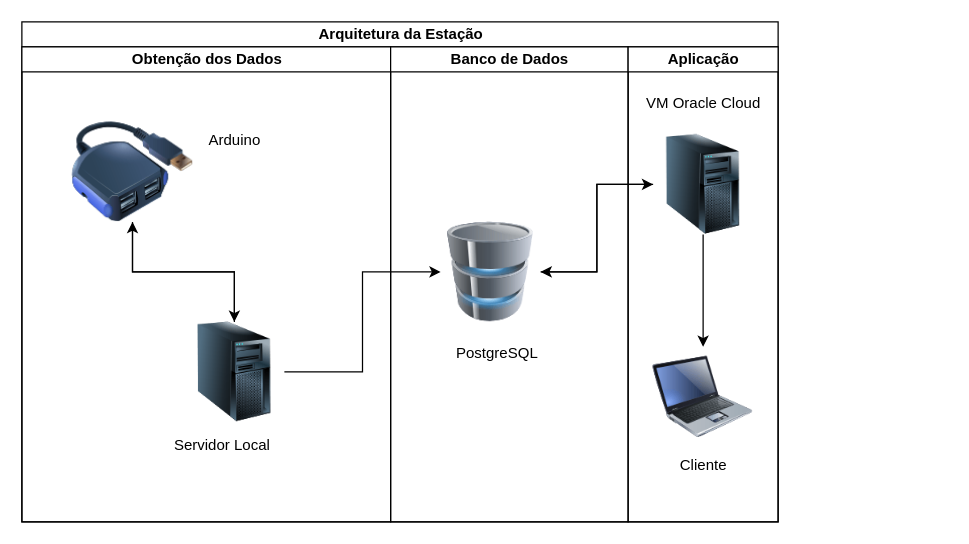
The draw.io diagram ArquiteturaServidores.drawio in Fat83dotcom/Site_Estacao, before the edit. Source tidied: cells renumbered, new cells numbered last; positions are measured from the earlier drawing's top-left corner, leaving out a move shared by most shapes. Both pictures are drawn from the tidied source at 125%, with x=0, y=0 at pixel (21, 21).
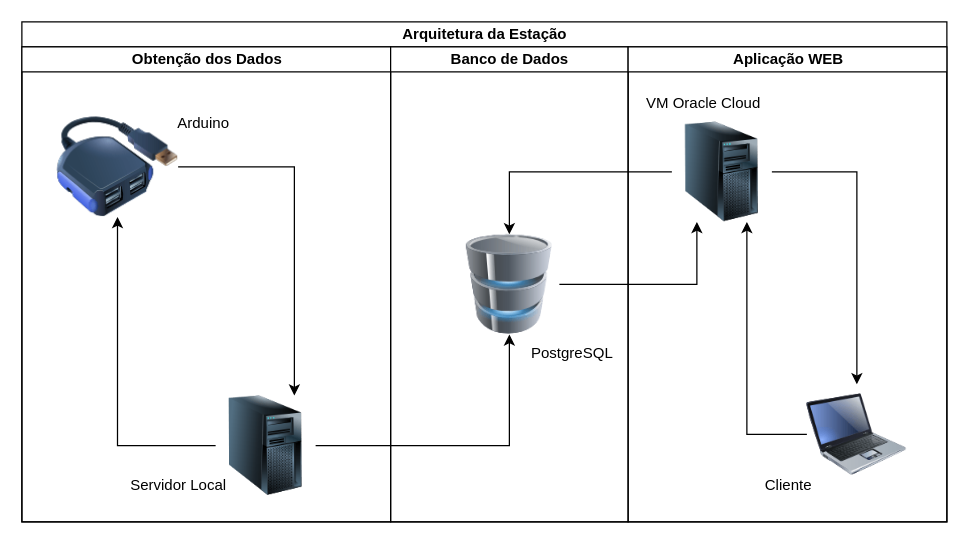
Above is the later version.

Unchanged cells that the change refers to:
```xml
<mxCell id="3" value="Obtenção dos Dados" style="swimlane;startSize=20;html=1;" parent="2" vertex="1">
  <mxGeometry y="20" width="295" height="380" as="geometry" />
</mxCell>
<mxCell id="10" value="Banco de Dados" style="swimlane;startSize=20;html=1;" parent="2" vertex="1">
  <mxGeometry x="295" y="20" width="190" height="380" as="geometry" />
</mxCell>
```

Diff of the diagram source:
```diff
@@
     <mxCell id="2" value="Arquitetura da Estação" style="swimlane;startSize=20;html=1;" parent="1" vertex="1">
-      <mxGeometry width="605" height="400" as="geometry" />
+      <mxGeometry width="740" height="400" as="geometry" />
     </mxCell>
@@
     <mxCell id="4" style="image;html=1;image=img/lib/clip_art/computers/USB_Hub_128x128.png;clipPath=inset(0% 0% 0% 0%);" parent="3" vertex="1">
-      <mxGeometry x="40" y="60" width="97" height="80" as="geometry" />
+      <mxGeometry x="28" y="56" width="97" height="80" as="geometry" />
     </mxCell>
@@
     <mxCell id="6" style="image;html=1;image=img/lib/clip_art/computers/Server_Tower_128x128.png;" parent="3" vertex="1">
-      <mxGeometry x="130" y="220" width="80" height="80" as="geometry" />
+      <mxGeometry x="155" y="279" width="80" height="80" as="geometry" />
     </mxCell>
     <mxCell id="7" style="edgeStyle=orthogonalEdgeStyle;rounded=0;jettySize=auto;html=1;" parent="3" edge="1" source="4" target="6">
-      <mxGeometry relative="1" as="geometry" />
+      <mxGeometry relative="1" as="geometry">
+        <Array as="points">
+          <mxPoint x="218" y="96" />
+        </Array>
+      </mxGeometry>
     </mxCell>
     <mxCell id="8" value="Arduino" style="text;html=1;align=center;verticalAlign=middle;strokeColor=none;fillColor=none;" parent="3" vertex="1">
-      <mxGeometry x="140" y="60" width="60" height="30" as="geometry" />
+      <mxGeometry x="115" y="46" width="60" height="30" as="geometry" />
     </mxCell>
     <mxCell id="9" value="Servidor Local" style="text;html=1;align=center;verticalAlign=middle;strokeColor=none;fillColor=none;" parent="3" vertex="1">
-      <mxGeometry x="110" y="304" width="100" height="30" as="geometry" />
+      <mxGeometry x="75" y="336" width="100" height="30" as="geometry" />
     </mxCell>
@@
     <mxCell id="11" style="image;html=1;image=img/lib/clip_art/computers/Database_128x128.png;" parent="10" vertex="1">
-      <mxGeometry x="40" y="140" width="80" height="80" as="geometry" />
+      <mxGeometry x="55" y="150" width="80" height="80" as="geometry" />
     </mxCell>
     <mxCell id="12" value="PostgreSQL" style="text;html=1;align=center;verticalAlign=middle;strokeColor=none;fillColor=none;" parent="10" vertex="1">
-      <mxGeometry x="40" y="230" width="90" height="30" as="geometry" />
+      <mxGeometry x="100" y="230" width="90" height="30" as="geometry" />
     </mxCell>
+    <mxCell id="19" style="edgeStyle=orthogonalEdgeStyle;rounded=0;jettySize=auto;html=1;" parent="2" edge="1" source="6" target="11">
+      <mxGeometry relative="1" as="geometry" />
+    </mxCell>
+    <mxCell id="21" style="edgeStyle=orthogonalEdgeStyle;rounded=0;jettySize=auto;html=1;" parent="2" edge="1" source="14" target="11">
+      <mxGeometry relative="1" as="geometry" />
+    </mxCell>
-    <mxCell id="13" value="Aplicação" style="swimlane;startSize=20;html=1;" parent="2" vertex="1">
-      <mxGeometry x="485" y="20" width="120" height="380" as="geometry" />
+    <mxCell id="13" value="Aplicação WEB" style="swimlane;startSize=20;html=1;" parent="2" vertex="1">
+      <mxGeometry x="485" y="20" width="255" height="380" as="geometry" />
     </mxCell>
     <mxCell id="14" style="image;html=1;image=img/lib/clip_art/computers/Server_Tower_128x128.png;" parent="13" vertex="1">
-      <mxGeometry x="20" y="70" width="80" height="80" as="geometry" />
+      <mxGeometry x="35" y="60" width="80" height="80" as="geometry" />
     </mxCell>
     <mxCell id="15" style="image;html=1;image=img/lib/clip_art/computers/Laptop_128x128.png;" parent="13" vertex="1">
-      <mxGeometry x="20" y="240" width="80" height="80" as="geometry" />
+      <mxGeometry x="143" y="270" width="80" height="80" as="geometry" />
     </mxCell>
@@
     <mxCell id="18" value="Cliente" style="text;html=1;align=center;verticalAlign=middle;strokeColor=none;fillColor=none;" parent="13" vertex="1">
-      <mxGeometry x="30" y="320" width="60" height="30" as="geometry" />
+      <mxGeometry x="97.5" y="336" width="60" height="30" as="geometry" />
     </mxCell>
-    <mxCell id="19" style="edgeStyle=orthogonalEdgeStyle;rounded=0;jettySize=auto;html=1;" parent="2" edge="1" source="6" target="11">
-      <mxGeometry relative="1" as="geometry" />
-    </mxCell>
+    <mxCell id="22" style="edgeStyle=orthogonalEdgeStyle;rounded=0;jettySize=auto;html=1;exitX=0;exitY=0.5;exitDx=0;exitDy=0;entryX=0.75;entryY=1;entryDx=0;entryDy=0;" parent="13" edge="1" source="15" target="14">
+      <mxGeometry relative="1" as="geometry" />
+    </mxCell>
-    <mxCell id="20" style="edgeStyle=orthogonalEdgeStyle;rounded=0;jettySize=auto;html=1;" parent="2" edge="1" source="11" target="14">
+    <mxCell id="20" style="edgeStyle=orthogonalEdgeStyle;rounded=0;jettySize=auto;html=1;exitX=1;exitY=0.5;exitDx=0;exitDy=0;entryX=0.25;entryY=1;entryDx=0;entryDy=0;" parent="2" edge="1" source="11" target="14">
       <mxGeometry relative="1" as="geometry" />
     </mxCell>
-    <mxCell id="21" style="edgeStyle=orthogonalEdgeStyle;rounded=0;jettySize=auto;html=1;" parent="2" edge="1" source="14" target="11">
-      <mxGeometry relative="1" as="geometry" />
-    </mxCell>
```
